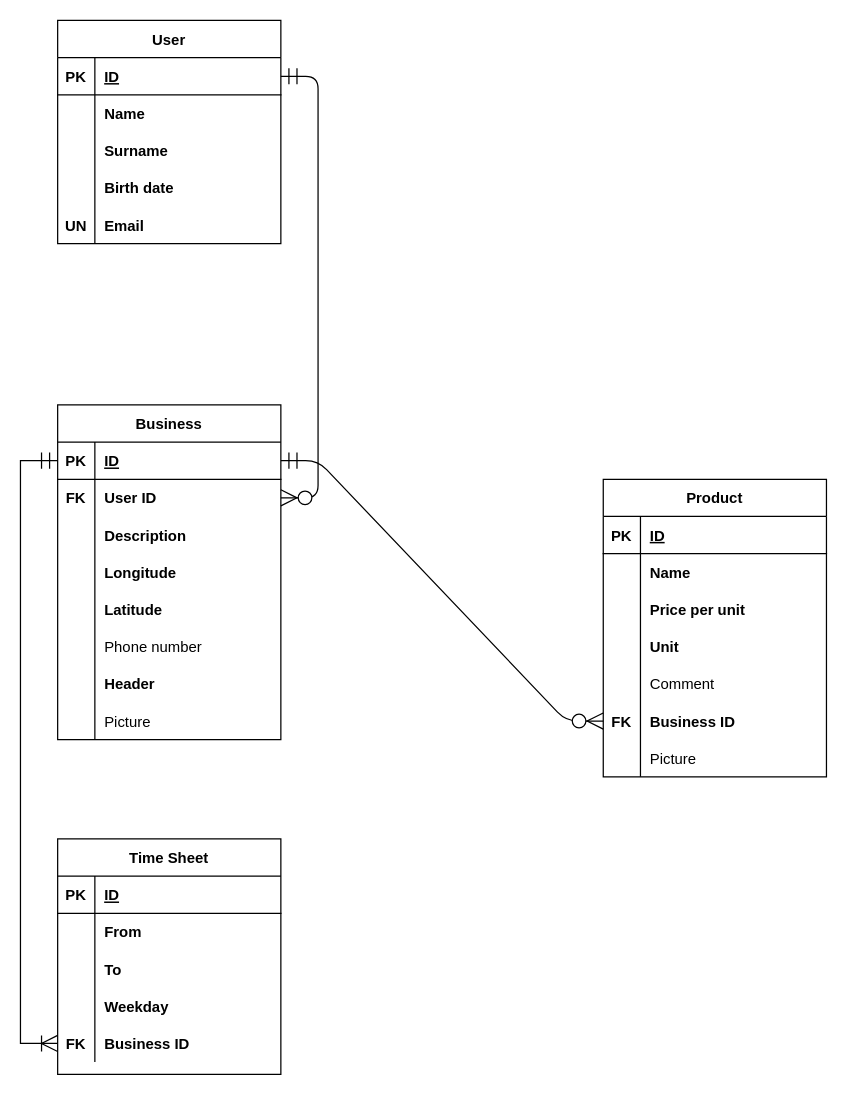
The draw.io diagram diagram.drawio in EvalVis/Locals-Trade, before the edit. Source tidied: cells renumbered, new cells numbered last; positions are measured from the earlier drawing's top-left corner, leaving out a move shared by most shapes. Both pictures are drawn from the tidied source at 124%, with x=0, y=0 at pixel (57, 20).
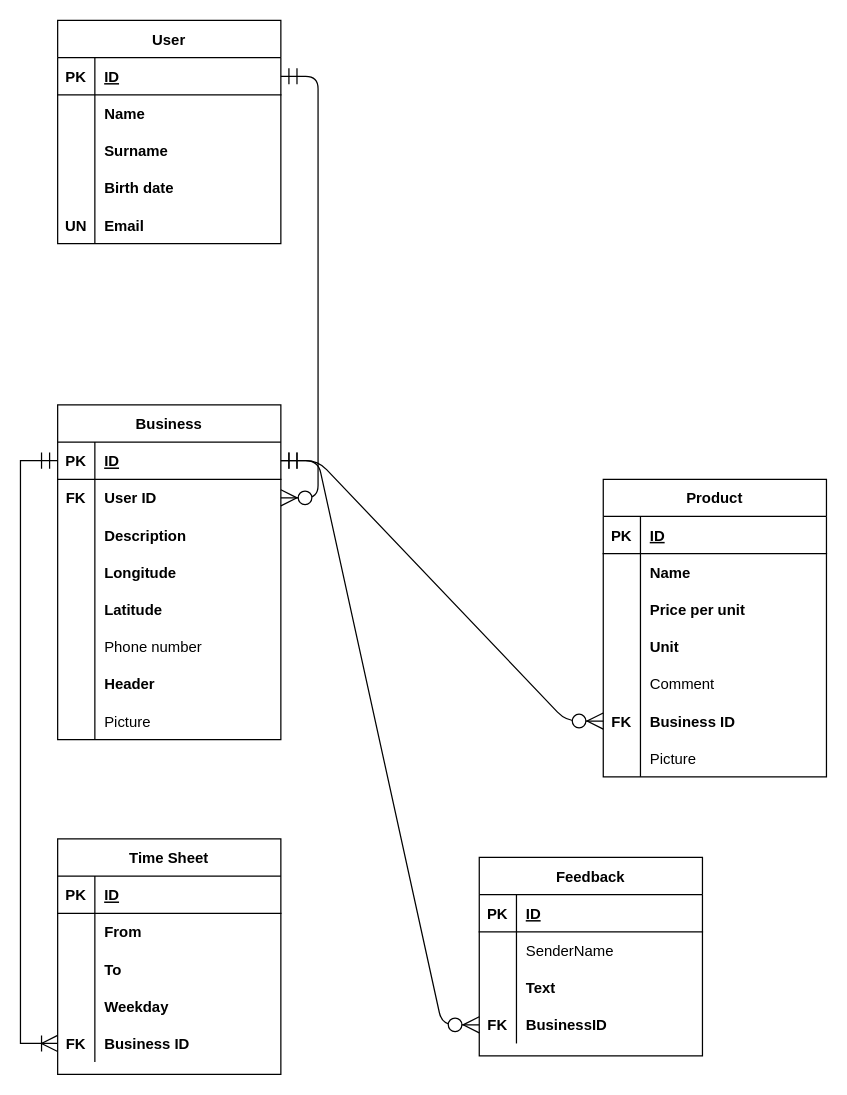
Above is the later version.

Commit message (it also covers changes not shown here):
Add feedback table to diagram.

Unchanged cells that the change refers to:
```xml
<mxCell id="19" style="shape=partialRectangle;fillColor=none;top=0;left=0;bottom=1;right=0;points=[[0,0.5],[1,0.5]];portConstraint=eastwest;" parent="18" vertex="1">
  <mxGeometry y="30" width="180" height="30" as="geometry" />
</mxCell>
```

Change to the diagram source:
```diff
@@
+    <mxCell id="84" value="Feedback" style="shape=table;startSize=30;childLayout=tableLayout;rowLines=0;fontStyle=1;align=center;" parent="1" vertex="1">
+      <mxGeometry x="340" y="675" width="180" height="160" as="geometry" />
+    </mxCell>
+    <mxCell id="85" style="shape=partialRectangle;fillColor=none;top=0;left=0;bottom=1;right=0;" parent="84" vertex="1">
+      <mxGeometry y="30" width="180" height="30" as="geometry" />
+    </mxCell>
+    <mxCell id="86" value="PK" style="shape=partialRectangle;fillColor=none;top=0;left=0;bottom=0;right=0;fontStyle=1;overflow=hidden;" parent="85" vertex="1">
+      <mxGeometry width="30" height="30" as="geometry" />
+    </mxCell>
+    <mxCell id="87" value="ID" style="shape=partialRectangle;fillColor=none;top=0;left=0;bottom=0;right=0;align=left;spacingLeft=6;fontStyle=5;overflow=hidden;" parent="85" vertex="1">
+      <mxGeometry x="30" width="150" height="30" as="geometry" />
+    </mxCell>
+    <mxCell id="88" style="shape=partialRectangle;fillColor=none;top=0;left=0;bottom=0;right=0;" parent="84" vertex="1">
+      <mxGeometry y="60" width="180" height="30" as="geometry" />
+    </mxCell>
+    <mxCell id="89" style="shape=partialRectangle;fillColor=none;top=0;left=0;bottom=0;right=0;overflow=hidden;" parent="88" vertex="1">
+      <mxGeometry width="30" height="30" as="geometry" />
+    </mxCell>
+    <mxCell id="90" value="SenderName" style="shape=partialRectangle;fillColor=none;top=0;left=0;bottom=0;right=0;align=left;spacingLeft=6;overflow=hidden;fontStyle=0;" parent="88" vertex="1">
+      <mxGeometry x="30" width="150" height="30" as="geometry" />
+    </mxCell>
+    <mxCell id="91" style="shape=partialRectangle;fillColor=none;top=0;left=0;bottom=0;right=0;" parent="84" vertex="1">
+      <mxGeometry y="90" width="180" height="30" as="geometry" />
+    </mxCell>
+    <mxCell id="92" style="shape=partialRectangle;fillColor=none;top=0;left=0;bottom=0;right=0;overflow=hidden;" parent="91" vertex="1">
+      <mxGeometry width="30" height="30" as="geometry" />
+    </mxCell>
+    <mxCell id="93" value="Text" style="shape=partialRectangle;fillColor=none;top=0;left=0;bottom=0;right=0;align=left;spacingLeft=6;overflow=hidden;fontStyle=1;" parent="91" vertex="1">
+      <mxGeometry x="30" width="150" height="30" as="geometry" />
+    </mxCell>
+    <mxCell id="94" style="shape=partialRectangle;fillColor=none;top=0;left=0;bottom=0;right=0;points=[[0,0.5],[1,0.5]];portConstraint=eastwest;" parent="84" vertex="1">
+      <mxGeometry y="120" width="180" height="30" as="geometry" />
+    </mxCell>
+    <mxCell id="95" value="FK" style="shape=partialRectangle;fillColor=none;top=0;left=0;bottom=0;right=0;overflow=hidden;fontStyle=1;" parent="94" vertex="1">
+      <mxGeometry width="30" height="30" as="geometry" />
+    </mxCell>
+    <mxCell id="96" value="BusinessID" style="shape=partialRectangle;fillColor=none;top=0;left=0;bottom=0;right=0;align=left;spacingLeft=6;overflow=hidden;fontStyle=1;" parent="94" vertex="1">
+      <mxGeometry x="30" width="150" height="30" as="geometry" />
+    </mxCell>
+    <mxCell id="97" style="edgeStyle=entityRelationEdgeStyle;fontSize=12;html=1;endArrow=ERzeroToMany;startArrow=ERmandOne;exitX=1;exitY=0.5;exitDx=0;exitDy=0;entryX=0;entryY=0.5;entryDx=0;entryDy=0;endSize=11;startSize=11;" parent="1" edge="1" source="19" target="94">
+      <mxGeometry relative="1" as="geometry" />
+    </mxCell>
```
